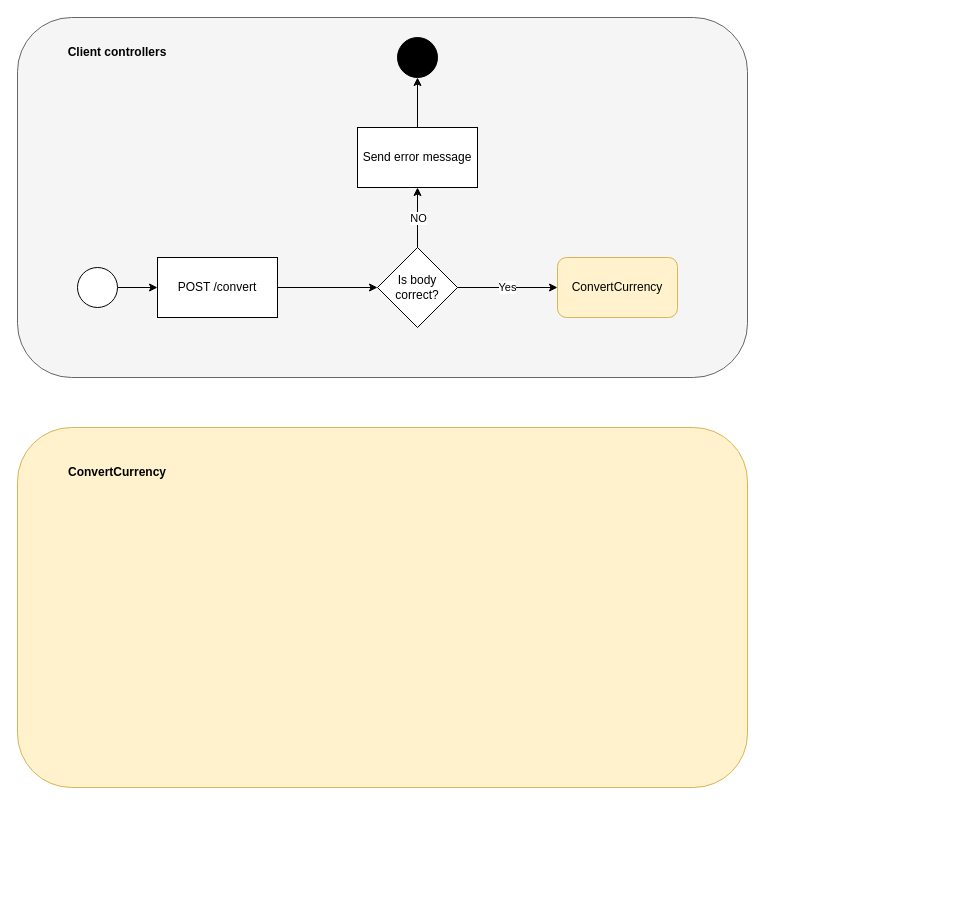
The draw.io diagram diagrams/Architecture.drawio in felipekcamargo/coinverter, before the edit. Source tidied: cells renumbered, new cells numbered last; positions are measured from the earlier drawing's top-left corner, leaving out a move shared by most shapes. Both pictures are drawn from the tidied source at 100%, with x=0, y=0 at pixel (17, 17).
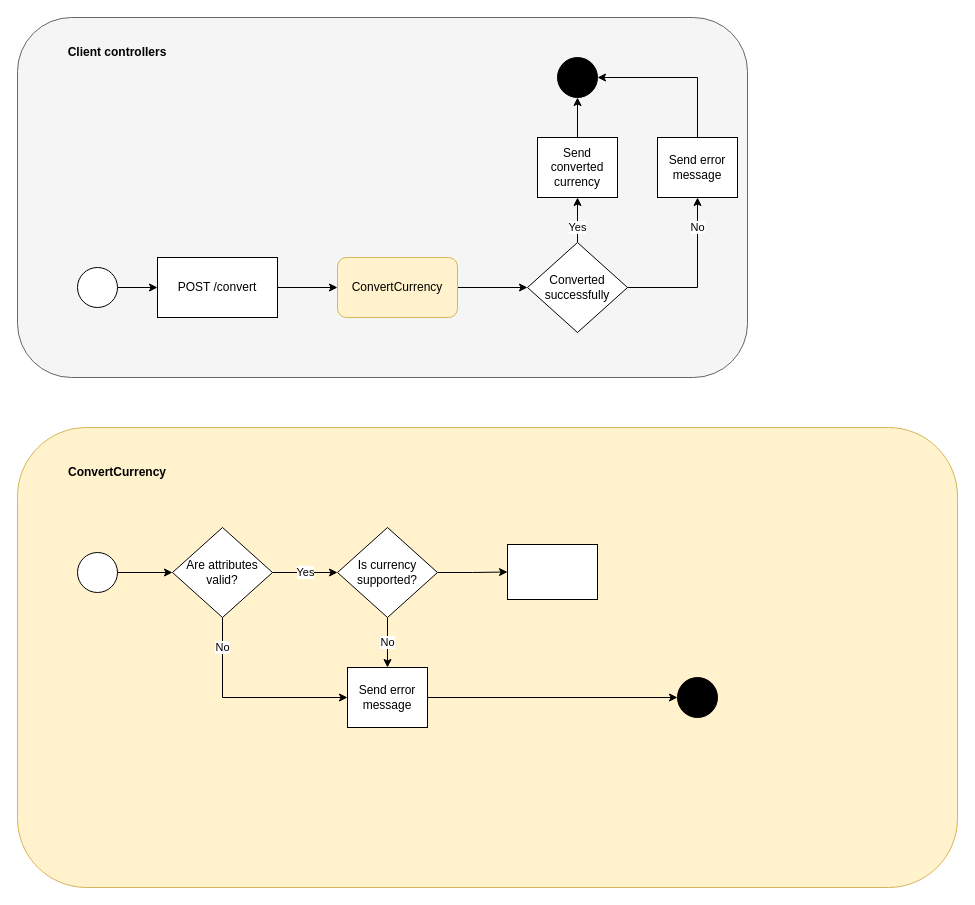
Above is the later version.

Unchanged cells that the change refers to:
```xml
<mxCell id="6" value="POST /convert" style="whiteSpace=wrap;html=1;" parent="1" vertex="1">
  <mxGeometry x="140" y="240" width="120" height="60" as="geometry" />
</mxCell>
```

Diff of the diagram source:
```diff
@@
-    <mxCell id="5" style="edgeStyle=orthogonalEdgeStyle;rounded=0;jettySize=auto;html=1;" parent="1" edge="1" source="6" target="9">
-      <mxGeometry relative="1" as="geometry" />
-    </mxCell>
+    <mxCell id="17" style="edgeStyle=orthogonalEdgeStyle;rounded=0;jettySize=auto;html=1;" parent="1" edge="1" source="6" target="13">
+      <mxGeometry relative="1" as="geometry" />
+    </mxCell>
@@
-    <mxCell id="7" value="NO" style="edgeStyle=orthogonalEdgeStyle;rounded=0;jettySize=auto;html=1;" parent="1" edge="1" source="9">
-      <mxGeometry relative="1" as="geometry">
-        <mxPoint x="400" y="170" as="targetPoint" />
-      </mxGeometry>
-    </mxCell>
-    <mxCell id="8" value="Yes" style="edgeStyle=orthogonalEdgeStyle;rounded=0;jettySize=auto;html=1;" parent="1" edge="1" source="9" target="13">
-      <mxGeometry relative="1" as="geometry" />
-    </mxCell>
-    <mxCell id="9" value="Is body correct?" style="rhombus;whiteSpace=wrap;html=1;" parent="1" vertex="1">
-      <mxGeometry x="360" y="230" width="80" height="80" as="geometry" />
-    </mxCell>
-    <mxCell id="10" style="edgeStyle=orthogonalEdgeStyle;rounded=0;jettySize=auto;html=1;" parent="1" edge="1" source="11">
-      <mxGeometry relative="1" as="geometry">
-        <mxPoint x="400" y="60" as="targetPoint" />
-      </mxGeometry>
-    </mxCell>
-    <mxCell id="11" value="Send error message" style="whiteSpace=wrap;html=1;" parent="1" vertex="1">
-      <mxGeometry x="340" y="110" width="120" height="60" as="geometry" />
-    </mxCell>
     <mxCell id="12" style="ellipse;whiteSpace=wrap;html=1;fillColor=#000000;" parent="1" vertex="1">
-      <mxGeometry x="380" y="20" width="40" height="40" as="geometry" />
+      <mxGeometry x="540" y="40" width="40" height="40" as="geometry" />
     </mxCell>
+    <mxCell id="18" style="edgeStyle=orthogonalEdgeStyle;rounded=0;jettySize=auto;html=1;" parent="1" edge="1" source="13" target="26">
+      <mxGeometry relative="1" as="geometry" />
+    </mxCell>
     <mxCell id="13" value="ConvertCurrency" style="whiteSpace=wrap;html=1;rounded=1;glass=0;sketch=0;fillColor=#fff2cc;strokeColor=#d6b656;" parent="1" vertex="1">
-      <mxGeometry x="540" y="240" width="120" height="60" as="geometry" />
+      <mxGeometry x="320" y="240" width="120" height="60" as="geometry" />
     </mxCell>
     <mxCell id="14" style="rounded=1;whiteSpace=wrap;html=1;strokeWidth=1;fillColor=#fff2cc;strokeColor=#d6b656;" parent="1" vertex="1">
-      <mxGeometry y="410" width="730" height="360" as="geometry" />
+      <mxGeometry y="410" width="940" height="460" as="geometry" />
     </mxCell>
@@
+    <mxCell id="19" style="edgeStyle=orthogonalEdgeStyle;rounded=0;jettySize=auto;html=1;entryX=0;entryY=0.5;entryDx=0;entryDy=0;" parent="1" edge="1" source="20" target="33">
+      <mxGeometry relative="1" as="geometry" />
+    </mxCell>
+    <mxCell id="20" style="ellipse;whiteSpace=wrap;html=1;" parent="1" vertex="1">
+      <mxGeometry x="60" y="535" width="40" height="40" as="geometry" />
+    </mxCell>
+    <mxCell id="21" value="No" style="edgeStyle=orthogonalEdgeStyle;rounded=0;jettySize=auto;html=1;" parent="1" edge="1" source="23" target="35">
+      <mxGeometry relative="1" as="geometry" />
+    </mxCell>
+    <mxCell id="22" style="edgeStyle=orthogonalEdgeStyle;rounded=0;jettySize=auto;html=1;" parent="1" edge="1" source="23" target="37">
+      <mxGeometry relative="1" as="geometry" />
+    </mxCell>
+    <mxCell id="23" value="Is currency supported?" style="rhombus;whiteSpace=wrap;html=1;" parent="1" vertex="1">
+      <mxGeometry x="320" y="510" width="100" height="90" as="geometry" />
+    </mxCell>
+    <mxCell id="24" value="No" style="edgeStyle=orthogonalEdgeStyle;rounded=0;jettySize=auto;html=1;entryX=0.5;entryY=1;entryDx=0;entryDy=0;" parent="1" edge="1" source="26" target="28">
+      <mxGeometry x="0.62" relative="1" as="geometry" />
+    </mxCell>
+    <mxCell id="25" value="Yes" style="edgeStyle=orthogonalEdgeStyle;rounded=0;jettySize=auto;html=1;" parent="1" edge="1" source="26" target="30">
+      <mxGeometry x="-0.33" relative="1" as="geometry" />
+    </mxCell>
+    <mxCell id="26" value="Converted successfully" style="rhombus;whiteSpace=wrap;html=1;rounded=0;strokeColor=#000000;fillColor=#FFFFFF;glass=0;sketch=0;" parent="1" vertex="1">
+      <mxGeometry x="510" y="225" width="100" height="90" as="geometry" />
+    </mxCell>
+    <mxCell id="27" style="edgeStyle=orthogonalEdgeStyle;rounded=0;jettySize=auto;html=1;entryX=1;entryY=0.5;entryDx=0;entryDy=0;" parent="1" edge="1" source="28" target="12">
+      <mxGeometry relative="1" as="geometry">
+        <Array as="points">
+          <mxPoint x="680" y="60" />
+        </Array>
+      </mxGeometry>
+    </mxCell>
+    <mxCell id="28" value="Send error message" style="rounded=0;whiteSpace=wrap;html=1;glass=0;sketch=0;strokeColor=#000000;strokeWidth=1;fillColor=#FFFFFF;" parent="1" vertex="1">
+      <mxGeometry x="640" y="120" width="80" height="60" as="geometry" />
+    </mxCell>
+    <mxCell id="29" style="edgeStyle=orthogonalEdgeStyle;rounded=0;jettySize=auto;html=1;" parent="1" edge="1" source="30" target="12">
+      <mxGeometry relative="1" as="geometry" />
+    </mxCell>
+    <mxCell id="30" value="Send converted currency" style="rounded=0;whiteSpace=wrap;html=1;glass=0;sketch=0;strokeColor=#000000;strokeWidth=1;fillColor=#FFFFFF;" parent="1" vertex="1">
+      <mxGeometry x="520" y="120" width="80" height="60" as="geometry" />
+    </mxCell>
+    <mxCell id="31" value="No" style="edgeStyle=orthogonalEdgeStyle;rounded=0;jettySize=auto;html=1;" parent="1" edge="1" source="33" target="35">
+      <mxGeometry x="-0.71" relative="1" as="geometry">
+        <Array as="points">
+          <mxPoint x="205" y="680" />
+        </Array>
+      </mxGeometry>
+    </mxCell>
+    <mxCell id="32" value="Yes" style="edgeStyle=orthogonalEdgeStyle;rounded=0;jettySize=auto;html=1;" parent="1" edge="1" source="33" target="23">
+      <mxGeometry relative="1" as="geometry" />
+    </mxCell>
+    <mxCell id="33" value="Are attributes valid?" style="rhombus;whiteSpace=wrap;html=1;" parent="1" vertex="1">
+      <mxGeometry x="155" y="510" width="100" height="90" as="geometry" />
+    </mxCell>
+    <mxCell id="34" style="edgeStyle=orthogonalEdgeStyle;rounded=0;jettySize=auto;html=1;" parent="1" edge="1" source="35" target="36">
+      <mxGeometry relative="1" as="geometry" />
+    </mxCell>
+    <mxCell id="35" value="Send error message" style="rounded=0;whiteSpace=wrap;html=1;glass=0;sketch=0;strokeColor=#000000;strokeWidth=1;fillColor=#FFFFFF;" parent="1" vertex="1">
+      <mxGeometry x="330" y="650" width="80" height="60" as="geometry" />
+    </mxCell>
+    <mxCell id="36" style="ellipse;whiteSpace=wrap;html=1;fillColor=#000000;" parent="1" vertex="1">
+      <mxGeometry x="660" y="660" width="40" height="40" as="geometry" />
+    </mxCell>
+    <mxCell id="37" style="whiteSpace=wrap;html=1;" parent="1" vertex="1">
+      <mxGeometry x="490" y="527" width="90" height="55" as="geometry" />
+    </mxCell>
```
